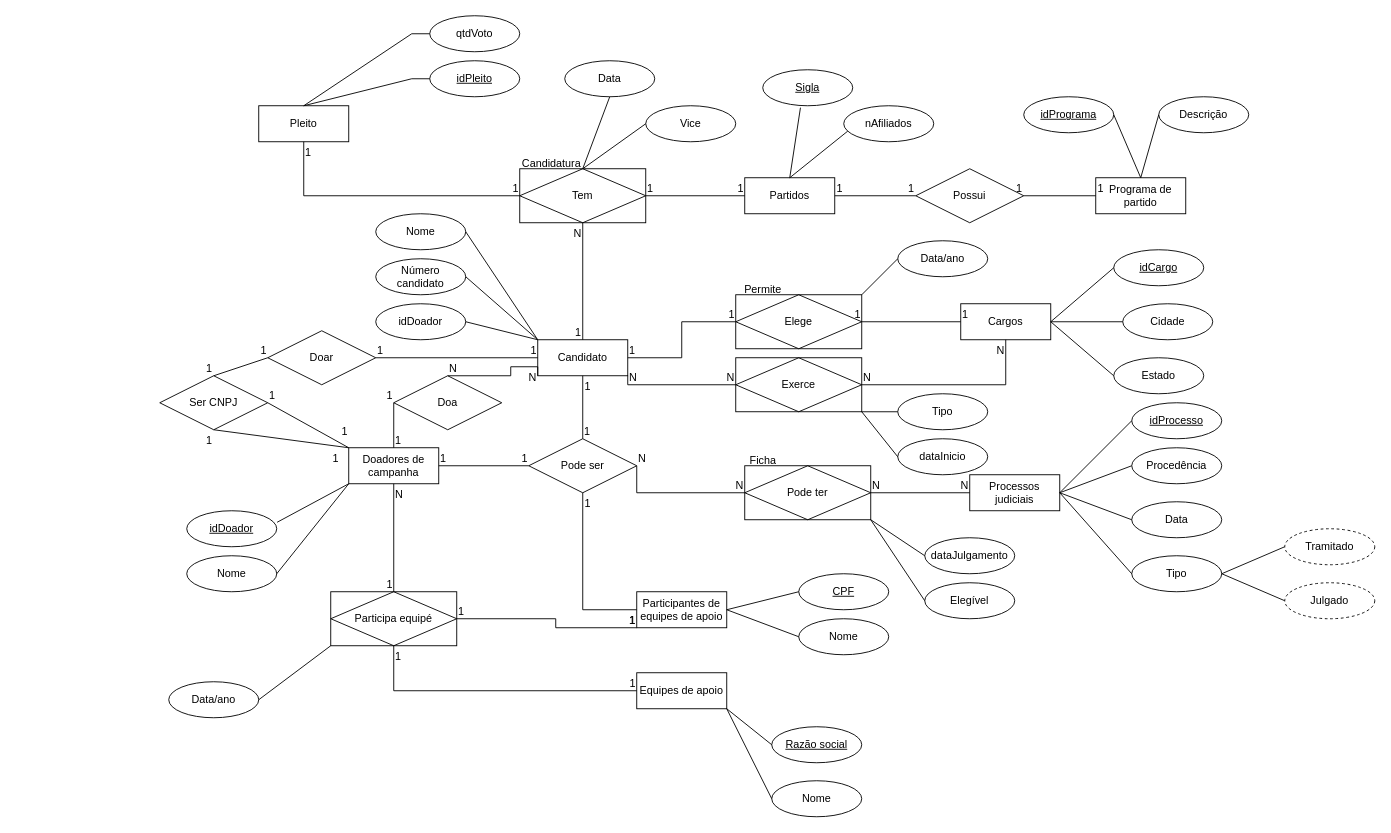
The draw.io diagram MER.drawio in guaraujoc/Gerenciamento-de-sistema-eleitoral, before the edit. Source tidied: cells renumbered, new cells numbered last; positions are measured from the earlier drawing's top-left corner, leaving out a move shared by most shapes. Both pictures are drawn from the tidied source at 90%, with x=0, y=0 at pixel (159, 15).
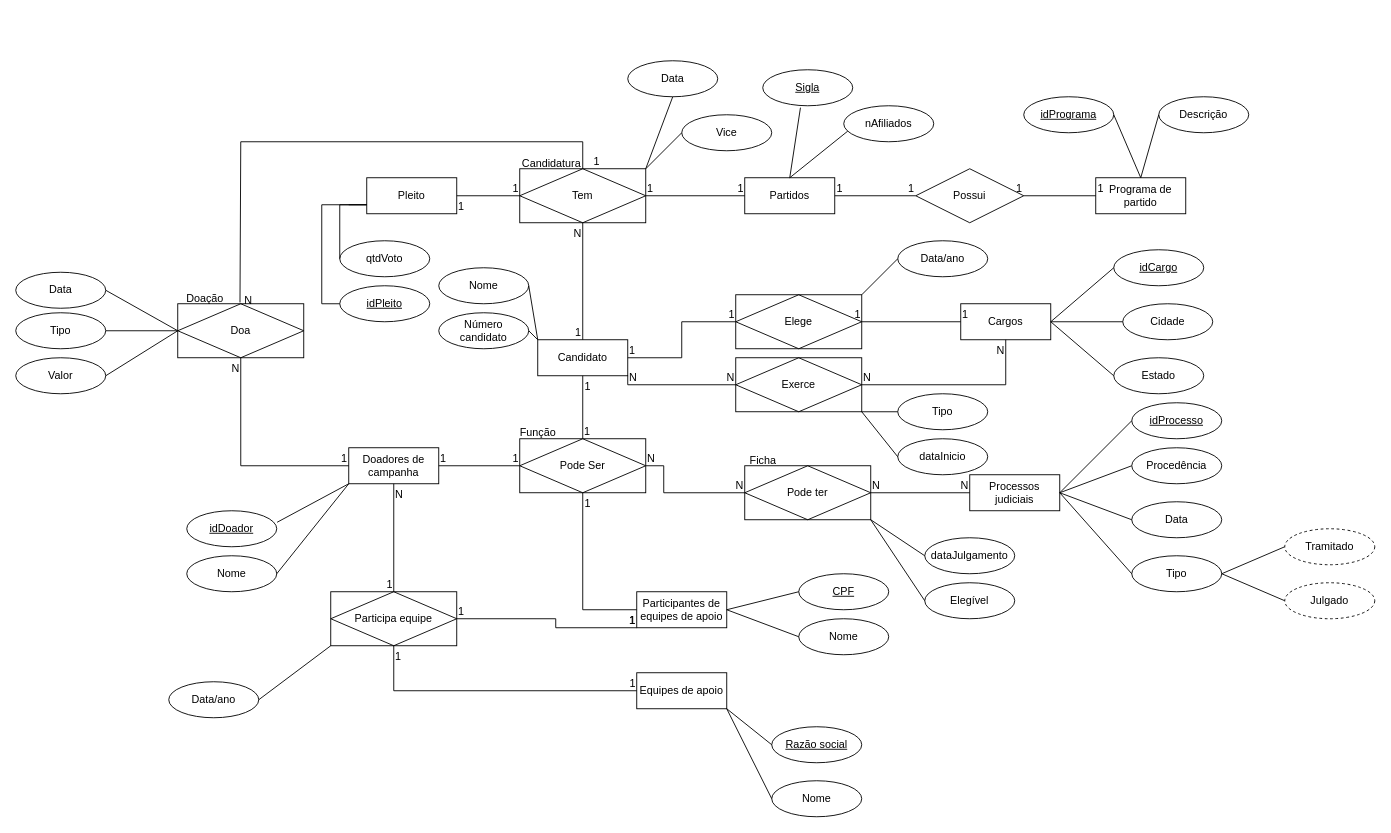
The same diagram, later.

The change refers to these unchanged cells:
```xml
<mxCell id="2" value="Candidato" style="whiteSpace=wrap;html=1;align=center;" parent="1" vertex="1">
  <mxGeometry x="420" y="360" width="100" height="40" as="geometry" />
</mxCell>
<mxCell id="7" value="Participantes de equipes de apoio" style="whiteSpace=wrap;html=1;align=center;" parent="1" vertex="1">
  <mxGeometry x="530" y="640" width="100" height="40" as="geometry" />
</mxCell>
<mxCell id="8" value="Doadores de campanha" style="whiteSpace=wrap;html=1;align=center;" parent="1" vertex="1">
  <mxGeometry x="210" y="480" width="100" height="40" as="geometry" />
</mxCell>
<mxCell id="21" value="Pode ter" style="shape=associativeEntity;whiteSpace=wrap;html=1;align=center;" parent="1" vertex="1">
  <mxGeometry x="650" y="500" width="140" height="60" as="geometry" />
</mxCell>
<mxCell id="37" value="Tem" style="shape=associativeEntity;whiteSpace=wrap;html=1;align=center;" parent="1" vertex="1">
  <mxGeometry x="400" y="170" width="140" height="60" as="geometry" />
</mxCell>
```

What changed in the source:
```diff
@@
     <mxCell id="10" value="Pleito" style="whiteSpace=wrap;html=1;align=center;" parent="1" vertex="1">
-      <mxGeometry x="110" y="100" width="100" height="40" as="geometry" />
+      <mxGeometry x="230" y="180" width="100" height="40" as="geometry" />
     </mxCell>
-    <mxCell id="11" value="Pode ser" style="shape=rhombus;perimeter=rhombusPerimeter;whiteSpace=wrap;html=1;align=center;" parent="1" vertex="1">
-      <mxGeometry x="410" y="470" width="120" height="60" as="geometry" />
-    </mxCell>
-    <mxCell id="12" style="endArrow=none;html=1;rounded=0;exitX=1;exitY=0.5;exitDx=0;exitDy=0;entryX=0;entryY=0.5;entryDx=0;entryDy=0;" parent="1" edge="1" source="8" target="11">
+    <mxCell id="12" style="endArrow=none;html=1;rounded=0;exitX=1;exitY=0.5;exitDx=0;exitDy=0;entryX=0;entryY=0.5;entryDx=0;entryDy=0;" parent="1" edge="1" source="8" target="170">
       <mxGeometry relative="1" as="geometry" />
     </mxCell>
@@
-    <mxCell id="15" style="endArrow=none;html=1;rounded=0;entryX=0.5;entryY=1;entryDx=0;entryDy=0;exitX=0.5;exitY=0;exitDx=0;exitDy=0;" parent="1" edge="1" source="11" target="2">
+    <mxCell id="15" style="endArrow=none;html=1;rounded=0;entryX=0.5;entryY=1;entryDx=0;entryDy=0;exitX=0.5;exitY=0;exitDx=0;exitDy=0;" parent="1" edge="1" source="170" target="2">
       <mxGeometry relative="1" as="geometry" />
     </mxCell>
@@
-    <mxCell id="18" style="endArrow=none;html=1;rounded=0;entryX=0.5;entryY=1;entryDx=0;entryDy=0;exitX=0;exitY=0.5;exitDx=0;exitDy=0;" parent="1" edge="1" source="7" target="11">
+    <mxCell id="18" style="endArrow=none;html=1;rounded=0;entryX=0.5;entryY=1;entryDx=0;entryDy=0;exitX=0;exitY=0.5;exitDx=0;exitDy=0;" parent="1" edge="1" source="7" target="170">
       <mxGeometry relative="1" as="geometry">
         <Array as="points">
           <mxPoint x="470" y="660" />
         </Array>
       </mxGeometry>
     </mxCell>
@@
-    <mxCell id="22" style="endArrow=none;html=1;rounded=0;exitX=1;exitY=0.5;exitDx=0;exitDy=0;entryX=0;entryY=0.5;entryDx=0;entryDy=0;" parent="1" edge="1" source="11" target="21">
+    <mxCell id="22" style="endArrow=none;html=1;rounded=0;exitX=1;exitY=0.5;exitDx=0;exitDy=0;entryX=0;entryY=0.5;entryDx=0;entryDy=0;" parent="1" edge="1" source="170" target="21">
       <mxGeometry relative="1" as="geometry">
         <Array as="points">
-          <mxPoint x="530" y="530" />
+          <mxPoint x="560" y="500" />
+          <mxPoint x="560" y="530" />
         </Array>
       </mxGeometry>
     </mxCell>
@@
-    <mxCell id="30" value="Permite" style="text;html=1;align=center;verticalAlign=middle;strokeColor=none;fillColor=none;" parent="1" vertex="1">
-      <mxGeometry x="640" y="290" width="60" height="30" as="geometry" />
-    </mxCell>
@@
-    <mxCell id="51" style="endArrow=none;html=1;rounded=0;exitX=0.5;exitY=1;exitDx=0;exitDy=0;entryX=0;entryY=0.5;entryDx=0;entryDy=0;" parent="1" edge="1" source="10" target="37">
-      <mxGeometry relative="1" as="geometry">
-        <Array as="points">
-          <mxPoint x="160" y="200" />
-        </Array>
-      </mxGeometry>
+    <mxCell id="51" style="endArrow=none;html=1;rounded=0;exitX=1;exitY=0.5;exitDx=0;exitDy=0;entryX=0;entryY=0.5;entryDx=0;entryDy=0;" parent="1" edge="1" source="10" target="37">
+      <mxGeometry relative="1" as="geometry" />
     </mxCell>
@@
-    <mxCell id="61" value="Participa equipé" style="shape=associativeEntity;whiteSpace=wrap;html=1;align=center;" parent="1" vertex="1">
+    <mxCell id="61" value="Participa equipe" style="shape=associativeEntity;whiteSpace=wrap;html=1;align=center;" parent="1" vertex="1">
       <mxGeometry x="190" y="640" width="140" height="60" as="geometry" />
     </mxCell>
@@
-    <mxCell id="71" value="Ser CNPJ" style="shape=rhombus;perimeter=rhombusPerimeter;whiteSpace=wrap;html=1;align=center;" parent="1" vertex="1">
-      <mxGeometry y="400" width="120" height="60" as="geometry" />
-    </mxCell>
-    <mxCell id="72" style="endArrow=none;html=1;rounded=0;exitX=0.5;exitY=1;exitDx=0;exitDy=0;entryX=0;entryY=0;entryDx=0;entryDy=0;" parent="1" edge="1" source="71" target="8">
-      <mxGeometry relative="1" as="geometry" />
-    </mxCell>
-    <mxCell id="73" value="1" style="html=1;whiteSpace=wrap;align=left;verticalAlign=bottom;" parent="72" vertex="1">
-      <mxGeometry x="-1" relative="1" as="geometry">
-        <mxPoint x="-10" y="20" as="offset" />
-      </mxGeometry>
-    </mxCell>
-    <mxCell id="74" value="1" style="html=1;whiteSpace=wrap;align=right;verticalAlign=bottom;" parent="72" vertex="1">
-      <mxGeometry x="1" relative="1" as="geometry">
-        <mxPoint x="-10" y="20" as="offset" />
-      </mxGeometry>
-    </mxCell>
-    <mxCell id="75" style="endArrow=none;html=1;rounded=0;exitX=1;exitY=0.5;exitDx=0;exitDy=0;entryX=0;entryY=0;entryDx=0;entryDy=0;" parent="1" edge="1" source="71" target="8">
-      <mxGeometry relative="1" as="geometry" />
-    </mxCell>
-    <mxCell id="76" value="1" style="html=1;whiteSpace=wrap;align=left;verticalAlign=bottom;" parent="75" vertex="1">
-      <mxGeometry x="-1" relative="1" as="geometry" />
-    </mxCell>
-    <mxCell id="77" value="1" style="html=1;whiteSpace=wrap;align=right;verticalAlign=bottom;" parent="75" vertex="1">
-      <mxGeometry x="1" relative="1" as="geometry">
-        <mxPoint y="-10" as="offset" />
-      </mxGeometry>
-    </mxCell>
-    <mxCell id="78" value="Doar" style="shape=rhombus;perimeter=rhombusPerimeter;whiteSpace=wrap;html=1;align=center;" parent="1" vertex="1">
-      <mxGeometry x="120" y="350" width="120" height="60" as="geometry" />
-    </mxCell>
-    <mxCell id="79" style="endArrow=none;html=1;rounded=0;exitX=0.5;exitY=0;exitDx=0;exitDy=0;entryX=0;entryY=0.5;entryDx=0;entryDy=0;" parent="1" edge="1" source="71" target="78">
-      <mxGeometry relative="1" as="geometry" />
-    </mxCell>
-    <mxCell id="80" value="1" style="html=1;whiteSpace=wrap;align=left;verticalAlign=bottom;" parent="79" vertex="1">
-      <mxGeometry x="-1" relative="1" as="geometry">
-        <mxPoint x="-10" as="offset" />
-      </mxGeometry>
-    </mxCell>
-    <mxCell id="81" value="1" style="html=1;whiteSpace=wrap;align=right;verticalAlign=bottom;" parent="79" vertex="1">
-      <mxGeometry x="1" relative="1" as="geometry" />
-    </mxCell>
-    <mxCell id="82" style="endArrow=none;html=1;rounded=0;exitX=1;exitY=0.5;exitDx=0;exitDy=0;entryX=0;entryY=0.5;entryDx=0;entryDy=0;" parent="1" edge="1" source="78" target="2">
-      <mxGeometry relative="1" as="geometry" />
-    </mxCell>
-    <mxCell id="83" value="1" style="html=1;whiteSpace=wrap;align=left;verticalAlign=bottom;" parent="82" vertex="1">
-      <mxGeometry x="-1" relative="1" as="geometry" />
-    </mxCell>
-    <mxCell id="84" value="1" style="html=1;whiteSpace=wrap;align=right;verticalAlign=bottom;" parent="82" vertex="1">
-      <mxGeometry x="1" relative="1" as="geometry" />
-    </mxCell>
-    <mxCell id="85" value="Doa" style="shape=rhombus;perimeter=rhombusPerimeter;whiteSpace=wrap;html=1;align=center;" parent="1" vertex="1">
-      <mxGeometry x="260" y="400" width="120" height="60" as="geometry" />
-    </mxCell>
-    <mxCell id="86" style="endArrow=none;html=1;rounded=0;exitX=0.5;exitY=0;exitDx=0;exitDy=0;entryX=0;entryY=0.5;entryDx=0;entryDy=0;" parent="1" edge="1" source="8" target="85">
-      <mxGeometry relative="1" as="geometry" />
-    </mxCell>
-    <mxCell id="87" value="1" style="html=1;whiteSpace=wrap;align=left;verticalAlign=bottom;" parent="86" vertex="1">
-      <mxGeometry x="-1" relative="1" as="geometry" />
-    </mxCell>
-    <mxCell id="88" value="1" style="html=1;whiteSpace=wrap;align=right;verticalAlign=bottom;" parent="86" vertex="1">
-      <mxGeometry x="1" relative="1" as="geometry" />
-    </mxCell>
-    <mxCell id="89" style="endArrow=none;html=1;rounded=0;exitX=0.5;exitY=0;exitDx=0;exitDy=0;entryX=0;entryY=1;entryDx=0;entryDy=0;" parent="1" edge="1" source="85" target="2">
-      <mxGeometry relative="1" as="geometry">
-        <Array as="points">
-          <mxPoint x="390" y="400" />
-          <mxPoint x="390" y="390" />
-          <mxPoint x="420" y="390" />
-        </Array>
-      </mxGeometry>
-    </mxCell>
-    <mxCell id="90" value="N" style="html=1;whiteSpace=wrap;align=left;verticalAlign=bottom;" parent="89" vertex="1">
-      <mxGeometry x="-1" relative="1" as="geometry" />
-    </mxCell>
-    <mxCell id="91" value="N" style="html=1;whiteSpace=wrap;align=right;verticalAlign=bottom;" parent="89" vertex="1">
-      <mxGeometry x="1" relative="1" as="geometry">
-        <mxPoint y="10" as="offset" />
-      </mxGeometry>
-    </mxCell>
@@
     <mxCell id="108" value="qtdVoto" style="ellipse;whiteSpace=wrap;html=1;align=center;" parent="1" vertex="1">
-      <mxGeometry x="300" width="100" height="40" as="geometry" />
+      <mxGeometry x="200" y="250" width="100" height="40" as="geometry" />
     </mxCell>
     <mxCell id="109" value="&lt;u&gt;idPleito&lt;/u&gt;" style="ellipse;whiteSpace=wrap;html=1;align=center;" parent="1" vertex="1">
-      <mxGeometry x="300" y="50" width="100" height="40" as="geometry" />
+      <mxGeometry x="200" y="300" width="100" height="40" as="geometry" />
     </mxCell>
-    <mxCell id="110" style="endArrow=none;html=1;rounded=0;exitX=0.5;exitY=0;exitDx=0;exitDy=0;entryX=0;entryY=0.5;entryDx=0;entryDy=0;" parent="1" edge="1" source="10" target="109">
+    <mxCell id="110" style="endArrow=none;html=1;rounded=0;exitX=0;exitY=0.75;exitDx=0;exitDy=0;entryX=0;entryY=0.5;entryDx=0;entryDy=0;" parent="1" edge="1" source="10" target="109">
       <mxGeometry relative="1" as="geometry">
         <Array as="points">
-          <mxPoint x="280" y="70" />
+          <mxPoint x="180" y="210" />
+          <mxPoint x="180" y="320" />
         </Array>
       </mxGeometry>
     </mxCell>
-    <mxCell id="111" style="endArrow=none;html=1;rounded=0;entryX=0;entryY=0.5;entryDx=0;entryDy=0;exitX=0.5;exitY=0;exitDx=0;exitDy=0;" parent="1" edge="1" source="10" target="108">
+    <mxCell id="111" style="endArrow=none;html=1;rounded=0;entryX=0;entryY=0.5;entryDx=0;entryDy=0;" parent="1" edge="1" target="108">
       <mxGeometry relative="1" as="geometry">
+        <mxPoint x="210" y="210" as="sourcePoint" />
         <Array as="points">
-          <mxPoint x="280" y="20" />
+          <mxPoint x="230" y="210" />
+          <mxPoint x="200" y="210" />
         </Array>
       </mxGeometry>
     </mxCell>
@@
     <mxCell id="138" value="Nome" style="ellipse;whiteSpace=wrap;html=1;align=center;" parent="1" vertex="1">
-      <mxGeometry x="240" y="220" width="100" height="40" as="geometry" />
+      <mxGeometry x="310" y="280" width="100" height="40" as="geometry" />
     </mxCell>
     <mxCell id="139" value="Número candidato" style="ellipse;whiteSpace=wrap;html=1;align=center;" parent="1" vertex="1">
-      <mxGeometry x="240" y="270" width="100" height="40" as="geometry" />
+      <mxGeometry x="310" y="330" width="100" height="40" as="geometry" />
     </mxCell>
-    <mxCell id="140" value="idDoador" style="ellipse;whiteSpace=wrap;html=1;align=center;" parent="1" vertex="1">
-      <mxGeometry x="240" y="320" width="100" height="40" as="geometry" />
-    </mxCell>
-    <mxCell id="141" style="endArrow=none;html=1;rounded=0;exitX=0;exitY=0;exitDx=0;exitDy=0;entryX=1;entryY=0.5;entryDx=0;entryDy=0;" parent="1" edge="1" source="2" target="140">
-      <mxGeometry relative="1" as="geometry" />
-    </mxCell>
@@
     <mxCell id="144" value="Vice" style="ellipse;whiteSpace=wrap;html=1;align=center;" parent="1" vertex="1">
-      <mxGeometry x="540" y="100" width="100" height="40" as="geometry" />
+      <mxGeometry x="580" y="110" width="100" height="40" as="geometry" />
     </mxCell>
     <mxCell id="145" value="Data" style="ellipse;whiteSpace=wrap;html=1;align=center;" parent="1" vertex="1">
-      <mxGeometry x="450" y="50" width="100" height="40" as="geometry" />
+      <mxGeometry x="520" y="50" width="100" height="40" as="geometry" />
     </mxCell>
-    <mxCell id="146" style="endArrow=none;html=1;rounded=0;exitX=0.5;exitY=1;exitDx=0;exitDy=0;entryX=0.5;entryY=0;entryDx=0;entryDy=0;" parent="1" edge="1" source="145" target="37">
-      <mxGeometry relative="1" as="geometry" />
+    <mxCell id="146" style="endArrow=none;html=1;rounded=0;exitX=0.5;exitY=1;exitDx=0;exitDy=0;entryX=0.5;entryY=0;entryDx=0;entryDy=0;" parent="1" edge="1" source="145">
+      <mxGeometry relative="1" as="geometry">
+        <mxPoint x="540" y="170" as="targetPoint" />
+      </mxGeometry>
     </mxCell>
     <mxCell id="147" style="endArrow=none;html=1;rounded=0;exitX=0;exitY=0.5;exitDx=0;exitDy=0;" parent="1" edge="1" source="144">
       <mxGeometry relative="1" as="geometry">
-        <mxPoint x="470" y="170" as="targetPoint" />
+        <mxPoint x="540" y="170" as="targetPoint" />
       </mxGeometry>
     </mxCell>
@@
+    <mxCell id="85" value="Doa" style="shape=associativeEntity;whiteSpace=wrap;html=1;align=center;" parent="1" vertex="1">
+      <mxGeometry x="20" y="320" width="140" height="60" as="geometry" />
+    </mxCell>
+    <mxCell id="157" value="Doação" style="text;html=1;align=center;verticalAlign=middle;strokeColor=none;fillColor=none;" parent="1" vertex="1">
+      <mxGeometry x="20" y="300" width="60" height="30" as="geometry" />
+    </mxCell>
+    <mxCell id="158" style="endArrow=none;html=1;rounded=0;entryX=1;entryY=0.5;entryDx=0;entryDy=0;" parent="1" edge="1">
+      <mxGeometry relative="1" as="geometry">
+        <mxPoint x="20" y="350" as="sourcePoint" />
+        <mxPoint x="-60" y="350" as="targetPoint" />
+      </mxGeometry>
+    </mxCell>
+    <mxCell id="159" value="Tipo" style="ellipse;whiteSpace=wrap;html=1;align=center;" parent="1" vertex="1">
+      <mxGeometry x="-160" y="330" width="100" height="40" as="geometry" />
+    </mxCell>
+    <mxCell id="160" style="endArrow=none;html=1;rounded=0;entryX=0.5;entryY=1;entryDx=0;entryDy=0;exitX=0;exitY=0.5;exitDx=0;exitDy=0;" parent="1" edge="1" source="8">
+      <mxGeometry relative="1" as="geometry">
+        <mxPoint x="90" y="380" as="targetPoint" />
+        <Array as="points">
+          <mxPoint x="90" y="500" />
+        </Array>
+      </mxGeometry>
+    </mxCell>
+    <mxCell id="161" value="1" style="html=1;whiteSpace=wrap;align=left;verticalAlign=bottom;" parent="160" vertex="1">
+      <mxGeometry x="-1" relative="1" as="geometry">
+        <mxPoint x="-10" as="offset" />
+      </mxGeometry>
+    </mxCell>
+    <mxCell id="162" value="N" style="html=1;whiteSpace=wrap;align=right;verticalAlign=bottom;" parent="160" vertex="1">
+      <mxGeometry x="1" relative="1" as="geometry">
+        <mxPoint y="20" as="offset" />
+      </mxGeometry>
+    </mxCell>
+    <mxCell id="163" style="endArrow=none;html=1;rounded=0;exitX=0.494;exitY=-0.024;exitDx=0;exitDy=0;exitPerimeter=0;entryX=0.5;entryY=0;entryDx=0;entryDy=0;" parent="1" edge="1" source="85" target="37">
+      <mxGeometry relative="1" as="geometry">
+        <Array as="points">
+          <mxPoint x="90" y="140" />
+          <mxPoint x="470" y="140" />
+        </Array>
+      </mxGeometry>
+    </mxCell>
+    <mxCell id="164" style="endArrow=none;html=1;rounded=0;entryX=1;entryY=0.5;entryDx=0;entryDy=0;exitX=0;exitY=0.5;exitDx=0;exitDy=0;" parent="1" edge="1" source="85">
+      <mxGeometry relative="1" as="geometry">
+        <mxPoint x="-60" y="400" as="targetPoint" />
+      </mxGeometry>
+    </mxCell>
+    <mxCell id="165" value="Valor" style="ellipse;whiteSpace=wrap;html=1;align=center;" parent="1" vertex="1">
+      <mxGeometry x="-160" y="380" width="100" height="40" as="geometry" />
+    </mxCell>
+    <mxCell id="166" style="endArrow=none;html=1;rounded=0;entryX=1;entryY=0.5;entryDx=0;entryDy=0;exitX=0;exitY=0.5;exitDx=0;exitDy=0;" parent="1" edge="1" source="85">
+      <mxGeometry relative="1" as="geometry">
+        <mxPoint x="-60" y="305" as="targetPoint" />
+      </mxGeometry>
+    </mxCell>
+    <mxCell id="167" value="Data" style="ellipse;whiteSpace=wrap;html=1;align=center;" parent="1" vertex="1">
+      <mxGeometry x="-160" y="285" width="100" height="40" as="geometry" />
+    </mxCell>
+    <mxCell id="168" value="N" style="html=1;whiteSpace=wrap;align=right;verticalAlign=bottom;" parent="1" vertex="1">
+      <mxGeometry x="100" y="420" as="geometry">
+        <mxPoint x="4" y="-95" as="offset" />
+      </mxGeometry>
+    </mxCell>
+    <mxCell id="169" value="1" style="html=1;whiteSpace=wrap;align=right;verticalAlign=bottom;" parent="1" vertex="1">
+      <mxGeometry x="490" y="170" as="geometry" />
+    </mxCell>
+    <mxCell id="170" value="Pode Ser" style="shape=associativeEntity;whiteSpace=wrap;html=1;align=center;" parent="1" vertex="1">
+      <mxGeometry x="400" y="470" width="140" height="60" as="geometry" />
+    </mxCell>
+    <mxCell id="171" value="Função" style="text;html=1;align=center;verticalAlign=middle;strokeColor=none;fillColor=none;" parent="1" vertex="1">
+      <mxGeometry x="390" y="448" width="60" height="30" as="geometry" />
+    </mxCell>
```
